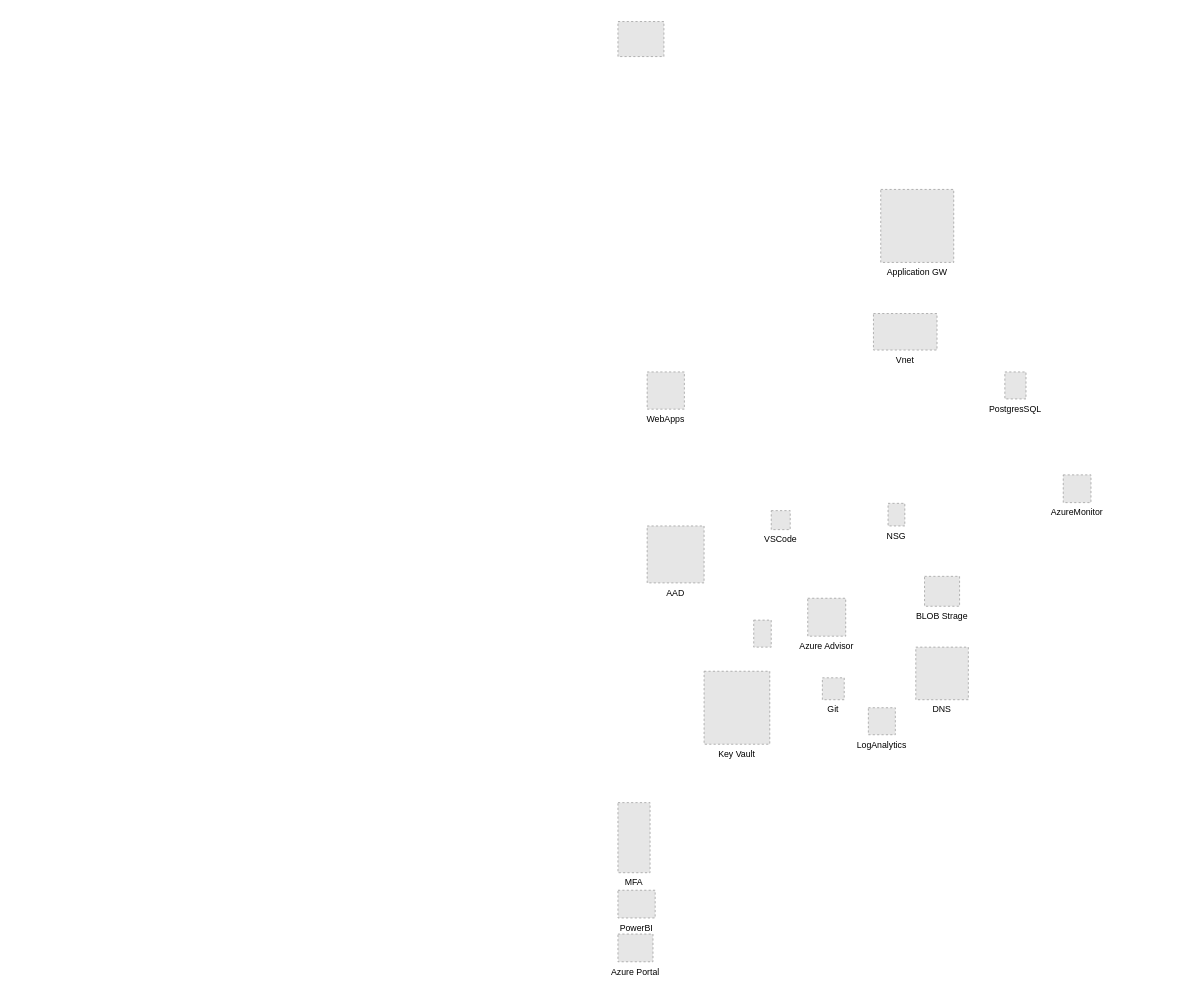
keinishikawa/PCAUTH-PoC keeps this draw.io diagram as PCAUTH-PoC.drawio. Above is the earlier version. Source tidied: cells renumbered, new cells numbered last; positions are measured from the earlier drawing's top-left corner, leaving out a move shared by most shapes. Both pictures are drawn from the tidied source at 73%, with x=0, y=0 at pixel (618, 21). Pictures stored in the file or linked from it are replaced by grey dashed boxes.
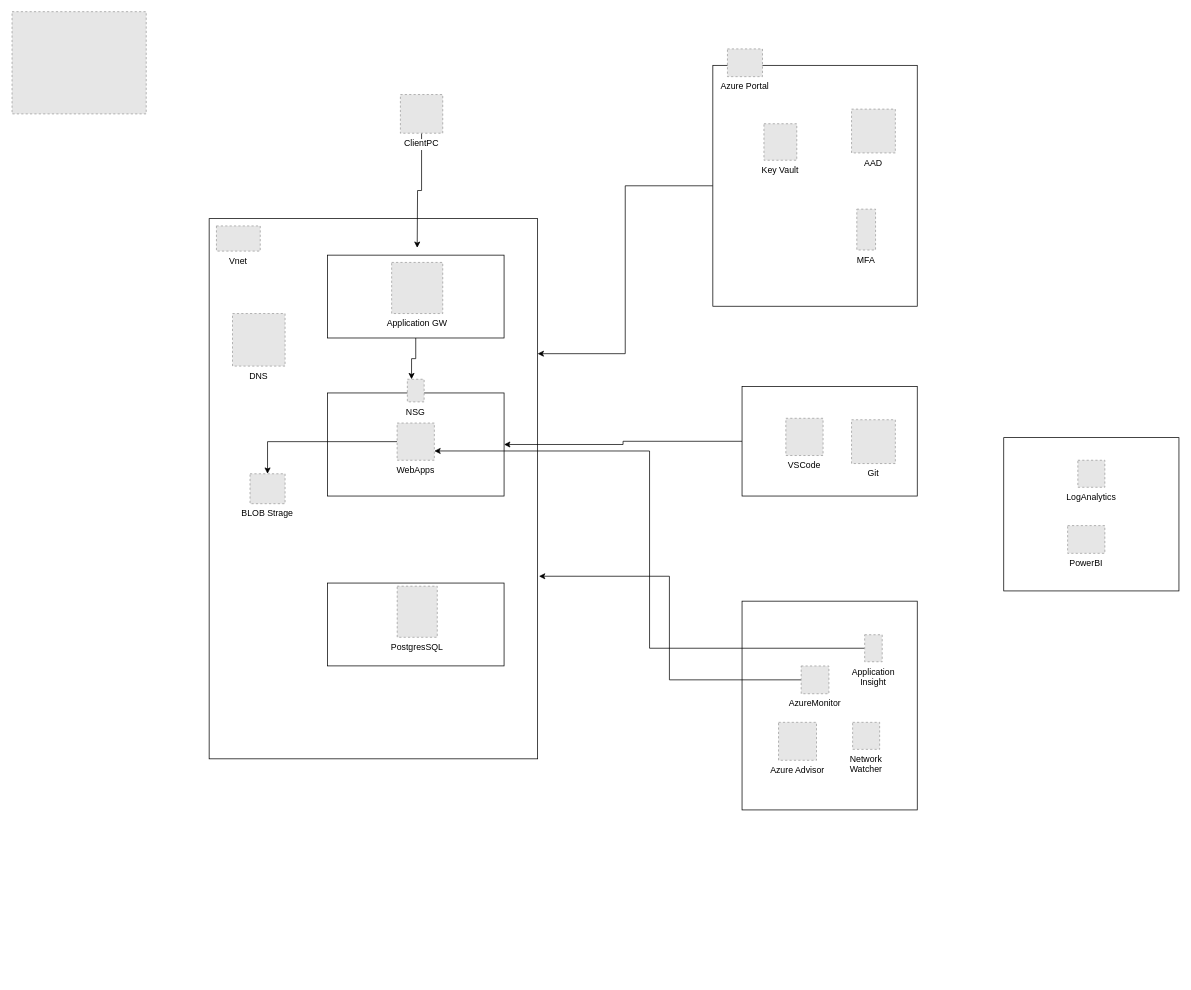
The same page after the edit.

What changed in the source:
```diff
@@
+    <mxCell id="21" style="rounded=0;whiteSpace=wrap;html=1;" parent="1" vertex="1">
+      <mxGeometry x="528.5" y="570" width="240" height="210" as="geometry" />
+    </mxCell>
+    <mxCell id="22" style="rounded=0;whiteSpace=wrap;html=1;" parent="1" vertex="1">
+      <mxGeometry x="170" y="794" width="240" height="286" as="geometry" />
+    </mxCell>
+    <mxCell id="23" style="rounded=0;whiteSpace=wrap;html=1;" parent="1" vertex="1">
+      <mxGeometry x="170" y="500" width="240" height="150" as="geometry" />
+    </mxCell>
+    <mxCell id="24" style="edgeStyle=orthogonalEdgeStyle;rounded=0;jettySize=auto;html=1;entryX=1;entryY=0.25;entryDx=0;entryDy=0;" parent="1" edge="1" source="25" target="26">
+      <mxGeometry relative="1" as="geometry" />
+    </mxCell>
+    <mxCell id="25" style="rounded=0;whiteSpace=wrap;html=1;" parent="1" vertex="1">
+      <mxGeometry x="130" y="60" width="280" height="330" as="geometry" />
+    </mxCell>
+    <mxCell id="26" style="rounded=0;whiteSpace=wrap;html=1;" parent="1" vertex="1">
+      <mxGeometry x="-560" y="270" width="450" height="740" as="geometry" />
+    </mxCell>
+    <mxCell id="27" style="rounded=0;whiteSpace=wrap;html=1;" parent="1" vertex="1">
+      <mxGeometry x="-398" y="769.2" width="242" height="113.5" as="geometry" />
+    </mxCell>
+    <mxCell id="28" style="edgeStyle=orthogonalEdgeStyle;rounded=0;jettySize=auto;html=1;exitX=0.5;exitY=1;exitDx=0;exitDy=0;entryX=0.25;entryY=0;entryDx=0;entryDy=0;" parent="1" edge="1" source="29" target="7">
+      <mxGeometry relative="1" as="geometry" />
+    </mxCell>
+    <mxCell id="29" style="rounded=0;whiteSpace=wrap;html=1;" parent="1" vertex="1">
+      <mxGeometry x="-398" y="320" width="242" height="113.5" as="geometry" />
+    </mxCell>
+    <mxCell id="30" style="rounded=0;whiteSpace=wrap;html=1;" parent="1" vertex="1">
+      <mxGeometry x="-398" y="508.8" width="242" height="141.2" as="geometry" />
+    </mxCell>
     <mxCell id="2" value="Application GW" style="fillColor=#E6E6E6;strokeColor=#999999;dashed=1;verticalLabelPosition=bottom;labelBackgroundColor=#ffffff;verticalAlign=top;" parent="1" vertex="1">
-      <mxGeometry x="360" y="230" width="100" height="100" as="geometry" />
+      <mxGeometry x="-310" y="330" width="70" height="70" as="geometry" />
     </mxCell>
     <mxCell id="3" style="fillColor=#E6E6E6;strokeColor=#999999;dashed=1;verticalLabelPosition=bottom;labelBackgroundColor=#ffffff;verticalAlign=top;" parent="1" vertex="1">
-      <mxGeometry width="63" height="48" as="geometry" />
+      <mxGeometry x="-830" y="-13.5" width="183.8" height="140" as="geometry" />
     </mxCell>
     <mxCell id="4" value="PostgresSQL" style="fillColor=#E6E6E6;strokeColor=#999999;dashed=1;verticalLabelPosition=bottom;labelBackgroundColor=#ffffff;verticalAlign=top;" parent="1" vertex="1">
-      <mxGeometry x="530" y="480" width="29" height="37" as="geometry" />
+      <mxGeometry x="-302.4" y="773.5" width="54.9" height="70" as="geometry" />
     </mxCell>
     <mxCell id="5" value="VSCode" style="fillColor=#E6E6E6;strokeColor=#999999;dashed=1;verticalLabelPosition=bottom;labelBackgroundColor=#ffffff;verticalAlign=top;" parent="1" vertex="1">
-      <mxGeometry x="210" y="670" width="26" height="26" as="geometry" />
+      <mxGeometry x="230" y="543.5" width="51" height="51" as="geometry" />
     </mxCell>
-    <mxCell id="6" value="Vnet&#10;" style="fillColor=#E6E6E6;strokeColor=#999999;dashed=1;verticalLabelPosition=bottom;labelBackgroundColor=#ffffff;verticalAlign=top;" parent="1" vertex="1">
-      <mxGeometry x="350" y="400" width="87.1" height="50" as="geometry" />
-    </mxCell>
     <mxCell id="7" value="NSG" style="fillColor=#E6E6E6;strokeColor=#999999;dashed=1;verticalLabelPosition=bottom;labelBackgroundColor=#ffffff;verticalAlign=top;" parent="1" vertex="1">
-      <mxGeometry x="370" y="660" width="23" height="31" as="geometry" />
+      <mxGeometry x="-288.5" y="490" width="23" height="31" as="geometry" />
     </mxCell>
+    <mxCell id="31" style="edgeStyle=orthogonalEdgeStyle;rounded=0;jettySize=auto;html=1;entryX=0.5;entryY=0;entryDx=0;entryDy=0;" parent="1" edge="1" source="8" target="12">
+      <mxGeometry relative="1" as="geometry" />
+    </mxCell>
     <mxCell id="8" value="WebApps" style="fillColor=#E6E6E6;strokeColor=#999999;dashed=1;verticalLabelPosition=bottom;labelBackgroundColor=#ffffff;verticalAlign=top;" parent="1" vertex="1">
-      <mxGeometry x="40" y="480" width="51" height="51" as="geometry" />
+      <mxGeometry x="-302.5" y="550" width="51" height="51" as="geometry" />
     </mxCell>
     <mxCell id="9" value="AAD" style="fillColor=#E6E6E6;strokeColor=#999999;dashed=1;verticalLabelPosition=bottom;labelBackgroundColor=#ffffff;verticalAlign=top;" parent="1" vertex="1">
-      <mxGeometry x="40" y="691" width="78" height="78" as="geometry" />
+      <mxGeometry x="320" y="120" width="60" height="60" as="geometry" />
     </mxCell>
+    <mxCell id="32" style="edgeStyle=orthogonalEdgeStyle;rounded=0;jettySize=auto;html=1;entryX=1;entryY=0.75;entryDx=0;entryDy=0;" parent="1" edge="1" source="10" target="8">
+      <mxGeometry relative="1" as="geometry" />
+    </mxCell>
-    <mxCell id="10" style="fillColor=#E6E6E6;strokeColor=#999999;dashed=1;verticalLabelPosition=bottom;labelBackgroundColor=#ffffff;verticalAlign=top;" parent="1" vertex="1">
-      <mxGeometry x="186" y="820" width="24" height="37" as="geometry" />
+    <mxCell id="10" value="Application&#10;Insight" style="fillColor=#E6E6E6;strokeColor=#999999;dashed=1;verticalLabelPosition=bottom;labelBackgroundColor=#ffffff;verticalAlign=top;" parent="1" vertex="1">
+      <mxGeometry x="338" y="840" width="24" height="37" as="geometry" />
     </mxCell>
     <mxCell id="11" value="Azure Advisor" style="fillColor=#E6E6E6;strokeColor=#999999;dashed=1;verticalLabelPosition=bottom;labelBackgroundColor=#ffffff;verticalAlign=top;" parent="1" vertex="1">
-      <mxGeometry x="260" y="790" width="52" height="52" as="geometry" />
+      <mxGeometry x="220" y="960" width="52" height="52" as="geometry" />
     </mxCell>
     <mxCell id="12" value="BLOB Strage" style="fillColor=#E6E6E6;strokeColor=#999999;dashed=1;verticalLabelPosition=bottom;labelBackgroundColor=#ffffff;verticalAlign=top;" parent="1" vertex="1">
-      <mxGeometry x="420" y="760" width="48" height="41" as="geometry" />
+      <mxGeometry x="-504" y="619.5" width="48" height="41" as="geometry" />
     </mxCell>
+    <mxCell id="33" style="edgeStyle=orthogonalEdgeStyle;rounded=0;jettySize=auto;html=1;entryX=1.004;entryY=0.662;entryDx=0;entryDy=0;entryPerimeter=0;" parent="1" edge="1" source="13" target="26">
+      <mxGeometry relative="1" as="geometry" />
+    </mxCell>
     <mxCell id="13" value="AzureMonitor" style="fillColor=#E6E6E6;strokeColor=#999999;dashed=1;verticalLabelPosition=bottom;labelBackgroundColor=#ffffff;verticalAlign=top;" parent="1" vertex="1">
-      <mxGeometry x="610" y="621" width="38" height="38" as="geometry" />
+      <mxGeometry x="251" y="882.8" width="38" height="38" as="geometry" />
     </mxCell>
     <mxCell id="14" value="DNS" style="fillColor=#E6E6E6;strokeColor=#999999;dashed=1;verticalLabelPosition=bottom;labelBackgroundColor=#ffffff;verticalAlign=top;" parent="1" vertex="1">
-      <mxGeometry x="408" y="857" width="72" height="72" as="geometry" />
+      <mxGeometry x="-528" y="400" width="72" height="72" as="geometry" />
     </mxCell>
     <mxCell id="15" value="Git" style="fillColor=#E6E6E6;strokeColor=#999999;dashed=1;verticalLabelPosition=bottom;labelBackgroundColor=#ffffff;verticalAlign=top;" parent="1" vertex="1">
-      <mxGeometry x="280" y="899" width="30" height="30" as="geometry" />
+      <mxGeometry x="320" y="545.5" width="60" height="60" as="geometry" />
     </mxCell>
     <mxCell id="16" value="LogAnalytics" style="fillColor=#E6E6E6;strokeColor=#999999;dashed=1;verticalLabelPosition=bottom;labelBackgroundColor=#ffffff;verticalAlign=top;" parent="1" vertex="1">
-      <mxGeometry x="343" y="940" width="37" height="37" as="geometry" />
+      <mxGeometry x="630" y="601" width="37" height="37" as="geometry" />
     </mxCell>
     <mxCell id="17" value="Key Vault" style="fillColor=#E6E6E6;strokeColor=#999999;dashed=1;verticalLabelPosition=bottom;labelBackgroundColor=#ffffff;verticalAlign=top;" parent="1" vertex="1">
-      <mxGeometry x="118" y="890" width="90" height="100" as="geometry" />
+      <mxGeometry x="200" y="140" width="45" height="50" as="geometry" />
     </mxCell>
     <mxCell id="18" value="MFA" style="fillColor=#E6E6E6;strokeColor=#999999;dashed=1;verticalLabelPosition=bottom;labelBackgroundColor=#ffffff;verticalAlign=top;" parent="1" vertex="1">
-      <mxGeometry y="1070" width="44" height="96" as="geometry" />
+      <mxGeometry x="327.2" y="257" width="25.7" height="56" as="geometry" />
     </mxCell>
     <mxCell id="19" value="PowerBI" style="fillColor=#E6E6E6;strokeColor=#999999;dashed=1;verticalLabelPosition=bottom;labelBackgroundColor=#ffffff;verticalAlign=top;" parent="1" vertex="1">
-      <mxGeometry y="1190" width="51" height="38" as="geometry" />
+      <mxGeometry x="616" y="690.5" width="51" height="38" as="geometry" />
     </mxCell>
     <mxCell id="20" value="Azure Portal" style="fillColor=#E6E6E6;strokeColor=#999999;dashed=1;verticalLabelPosition=bottom;labelBackgroundColor=#ffffff;verticalAlign=top;" parent="1" vertex="1">
-      <mxGeometry y="1250" width="48" height="38" as="geometry" />
+      <mxGeometry x="150" y="37.5" width="48" height="38" as="geometry" />
     </mxCell>
+    <mxCell id="6" value="Vnet&#10;" style="fillColor=#E6E6E6;strokeColor=#999999;dashed=1;verticalLabelPosition=bottom;labelBackgroundColor=#ffffff;verticalAlign=top;" parent="1" vertex="1">
+      <mxGeometry x="-550" y="280" width="60" height="34.5" as="geometry" />
+    </mxCell>
+    <mxCell id="34" style="edgeStyle=orthogonalEdgeStyle;rounded=0;jettySize=auto;html=1;" parent="1" edge="1" source="35">
+      <mxGeometry relative="1" as="geometry">
+        <mxPoint x="-275" y="310" as="targetPoint" />
+      </mxGeometry>
+    </mxCell>
+    <mxCell id="35" value="ClientPC" style="fillColor=#E6E6E6;strokeColor=#999999;dashed=1;verticalLabelPosition=bottom;labelBackgroundColor=#ffffff;verticalAlign=top;html=0;" parent="1" vertex="1">
+      <mxGeometry x="-298" y="100" width="58" height="53" as="geometry" />
+    </mxCell>
+    <mxCell id="36" value="Network&#10;Watcher" style="fillColor=#E6E6E6;strokeColor=#999999;dashed=1;verticalLabelPosition=bottom;labelBackgroundColor=#ffffff;verticalAlign=top;html=0;" parent="1" vertex="1">
+      <mxGeometry x="321.5" y="960" width="37" height="37" as="geometry" />
+    </mxCell>
+    <mxCell id="37" style="edgeStyle=orthogonalEdgeStyle;rounded=0;jettySize=auto;html=1;" parent="1" edge="1" source="23" target="30">
+      <mxGeometry relative="1" as="geometry" />
+    </mxCell>
```
